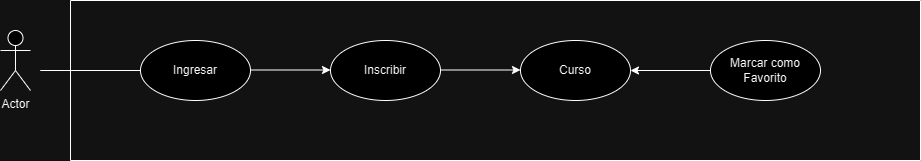
Before: docs/caso-de-uso-marcar-como-favorito.png, a diagram exported from draw.io (abelardog/bootcampar). Source tidied: cells renumbered, new cells last; positions are measured from the earlier drawing's top-left corner, leaving out a move shared by most shapes. Its diagram source:
```xml
<mxGraphModel>
  <root>
    <mxCell id="0" />
    <mxCell id="1" parent="0" />
    <mxCell id="2" value="Actor" style="shape=umlActor;verticalLabelPosition=bottom;verticalAlign=top;html=1;outlineConnect=0;" parent="1" vertex="1">
      <mxGeometry y="30" width="30" height="60" as="geometry" />
    </mxCell>
    <mxCell id="3" style="endArrow=none;html=1;rounded=0;" parent="1" edge="1">
      <mxGeometry relative="1" as="geometry">
        <mxPoint x="90" y="70" as="sourcePoint" />
        <mxPoint x="140" y="70" as="targetPoint" />
        <Array as="points">
          <mxPoint x="40" y="70" />
        </Array>
      </mxGeometry>
    </mxCell>
    <mxCell id="4" value="Ingresar" style="ellipse;whiteSpace=wrap;html=1;" parent="1" vertex="1">
      <mxGeometry x="140" y="40" width="110" height="60" as="geometry" />
    </mxCell>
    <mxCell id="5" value="Inscribir" style="ellipse;whiteSpace=wrap;html=1;" parent="1" vertex="1">
      <mxGeometry x="330" y="40" width="110" height="60" as="geometry" />
    </mxCell>
    <mxCell id="6" value="Curso" style="ellipse;whiteSpace=wrap;html=1;" parent="1" vertex="1">
      <mxGeometry x="520" y="40" width="110" height="60" as="geometry" />
    </mxCell>
    <mxCell id="7" value="Marcar como Favorito" style="ellipse;whiteSpace=wrap;html=1;" parent="1" vertex="1">
      <mxGeometry x="710" y="40" width="110" height="60" as="geometry" />
    </mxCell>
    <mxCell id="8" style="endArrow=classic;html=1;rounded=0;" parent="1" edge="1">
      <mxGeometry relative="1" as="geometry">
        <mxPoint x="250" y="69.5" as="sourcePoint" />
        <mxPoint x="330" y="69.5" as="targetPoint" />
      </mxGeometry>
    </mxCell>
    <mxCell id="9" style="endArrow=classic;html=1;rounded=0;" parent="1" edge="1">
      <mxGeometry relative="1" as="geometry">
        <mxPoint x="440" y="69.5" as="sourcePoint" />
        <mxPoint x="520" y="69.5" as="targetPoint" />
      </mxGeometry>
    </mxCell>
    <mxCell id="10" style="swimlane;startSize=0;" parent="1" vertex="1">
      <mxGeometry x="70" width="850" height="160" as="geometry" />
    </mxCell>
    <mxCell id="11" style="endArrow=classic;html=1;rounded=0;entryX=1;entryY=0.5;entryDx=0;entryDy=0;exitX=0;exitY=0.5;exitDx=0;exitDy=0;" parent="1" edge="1" source="7" target="6">
      <mxGeometry relative="1" as="geometry" />
    </mxCell>
  </root>
</mxGraphModel>
```
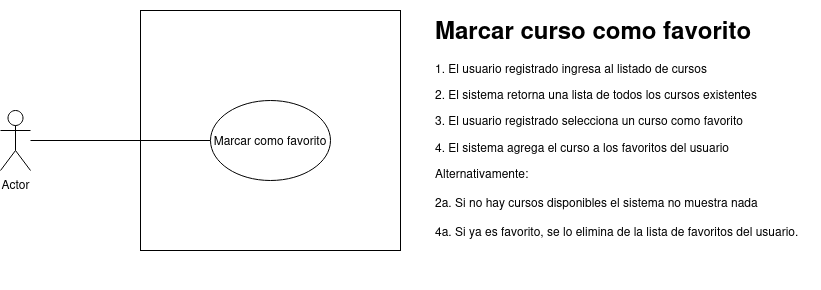
The same file after the commit.

Commit message:
update mark as favorite use case

Change to the diagram source:
```diff
@@ -2,47 +2,20 @@
   <root>
     <mxCell id="0" />
     <mxCell id="1" parent="0" />
+    <mxCell id="12" style="rounded=0;whiteSpace=wrap;html=1;" parent="1" vertex="1">
+      <mxGeometry x="140" y="-70" width="260" height="240" as="geometry" />
+    </mxCell>
+    <mxCell id="13" style="edgeStyle=orthogonalEdgeStyle;rounded=0;jettySize=auto;html=1;entryX=0;entryY=0.5;entryDx=0;entryDy=0;endArrow=none;endFill=0;" parent="1" edge="1" source="2" target="14">
+      <mxGeometry relative="1" as="geometry" />
+    </mxCell>
     <mxCell id="2" value="Actor" style="shape=umlActor;verticalLabelPosition=bottom;verticalAlign=top;html=1;outlineConnect=0;" parent="1" vertex="1">
       <mxGeometry y="30" width="30" height="60" as="geometry" />
     </mxCell>
-    <mxCell id="3" style="endArrow=none;html=1;rounded=0;" parent="1" edge="1">
-      <mxGeometry relative="1" as="geometry">
-        <mxPoint x="90" y="70" as="sourcePoint" />
-        <mxPoint x="140" y="70" as="targetPoint" />
-        <Array as="points">
-          <mxPoint x="40" y="70" />
-        </Array>
-      </mxGeometry>
-    </mxCell>
-    <mxCell id="4" value="Ingresar" style="ellipse;whiteSpace=wrap;html=1;" parent="1" vertex="1">
-      <mxGeometry x="140" y="40" width="110" height="60" as="geometry" />
-    </mxCell>
-    <mxCell id="5" value="Inscribir" style="ellipse;whiteSpace=wrap;html=1;" parent="1" vertex="1">
-      <mxGeometry x="330" y="40" width="110" height="60" as="geometry" />
-    </mxCell>
-    <mxCell id="6" value="Curso" style="ellipse;whiteSpace=wrap;html=1;" parent="1" vertex="1">
-      <mxGeometry x="520" y="40" width="110" height="60" as="geometry" />
-    </mxCell>
-    <mxCell id="7" value="Marcar como Favorito" style="ellipse;whiteSpace=wrap;html=1;" parent="1" vertex="1">
-      <mxGeometry x="710" y="40" width="110" height="60" as="geometry" />
-    </mxCell>
-    <mxCell id="8" style="endArrow=classic;html=1;rounded=0;" parent="1" edge="1">
-      <mxGeometry relative="1" as="geometry">
-        <mxPoint x="250" y="69.5" as="sourcePoint" />
-        <mxPoint x="330" y="69.5" as="targetPoint" />
-      </mxGeometry>
-    </mxCell>
-    <mxCell id="9" style="endArrow=classic;html=1;rounded=0;" parent="1" edge="1">
-      <mxGeometry relative="1" as="geometry">
-        <mxPoint x="440" y="69.5" as="sourcePoint" />
-        <mxPoint x="520" y="69.5" as="targetPoint" />
-      </mxGeometry>
-    </mxCell>
-    <mxCell id="10" style="swimlane;startSize=0;" parent="1" vertex="1">
-      <mxGeometry x="70" width="850" height="160" as="geometry" />
-    </mxCell>
-    <mxCell id="11" style="endArrow=classic;html=1;rounded=0;entryX=1;entryY=0.5;entryDx=0;entryDy=0;exitX=0;exitY=0.5;exitDx=0;exitDy=0;" parent="1" edge="1" source="7" target="6">
-      <mxGeometry relative="1" as="geometry" />
-    </mxCell>
+    <mxCell id="14" value="Marcar como favorito" style="ellipse;whiteSpace=wrap;html=1;" parent="1" vertex="1">
+      <mxGeometry x="210" y="20" width="120" height="80" as="geometry" />
+    </mxCell>
+    <mxCell id="15" value="&lt;h1&gt;Marcar curso como favorito&lt;br&gt;&lt;/h1&gt;&lt;p&gt;1. El usuario registrado ingresa al listado de cursos&lt;br&gt;&lt;/p&gt;&lt;p&gt;2. El sistema retorna una lista de todos los cursos existentes&lt;/p&gt;&lt;p&gt;3. El usuario registrado selecciona un curso como favorito&lt;/p&gt;&lt;p&gt;4. El sistema agrega el curso a los favoritos del usuario&lt;br&gt;&lt;/p&gt;&lt;div&gt;Alternativamente:&lt;/div&gt;&lt;div&gt;&lt;br&gt;&lt;/div&gt;&lt;div&gt;2a. Si no hay cursos disponibles el sistema no muestra nada&lt;/div&gt;&lt;div&gt;&lt;br&gt;&lt;/div&gt;&lt;div&gt;4a. Si ya es favorito, se lo elimina de la lista de favoritos del usuario.&lt;br&gt;&lt;/div&gt;" style="text;html=1;strokeColor=none;fillColor=none;spacing=5;spacingTop=-20;whiteSpace=wrap;overflow=hidden;rounded=0;" parent="1" vertex="1">
+      <mxGeometry x="430" y="-70" width="390" height="280" as="geometry" />
+    </mxCell>
   </root>
 </mxGraphModel>
```
